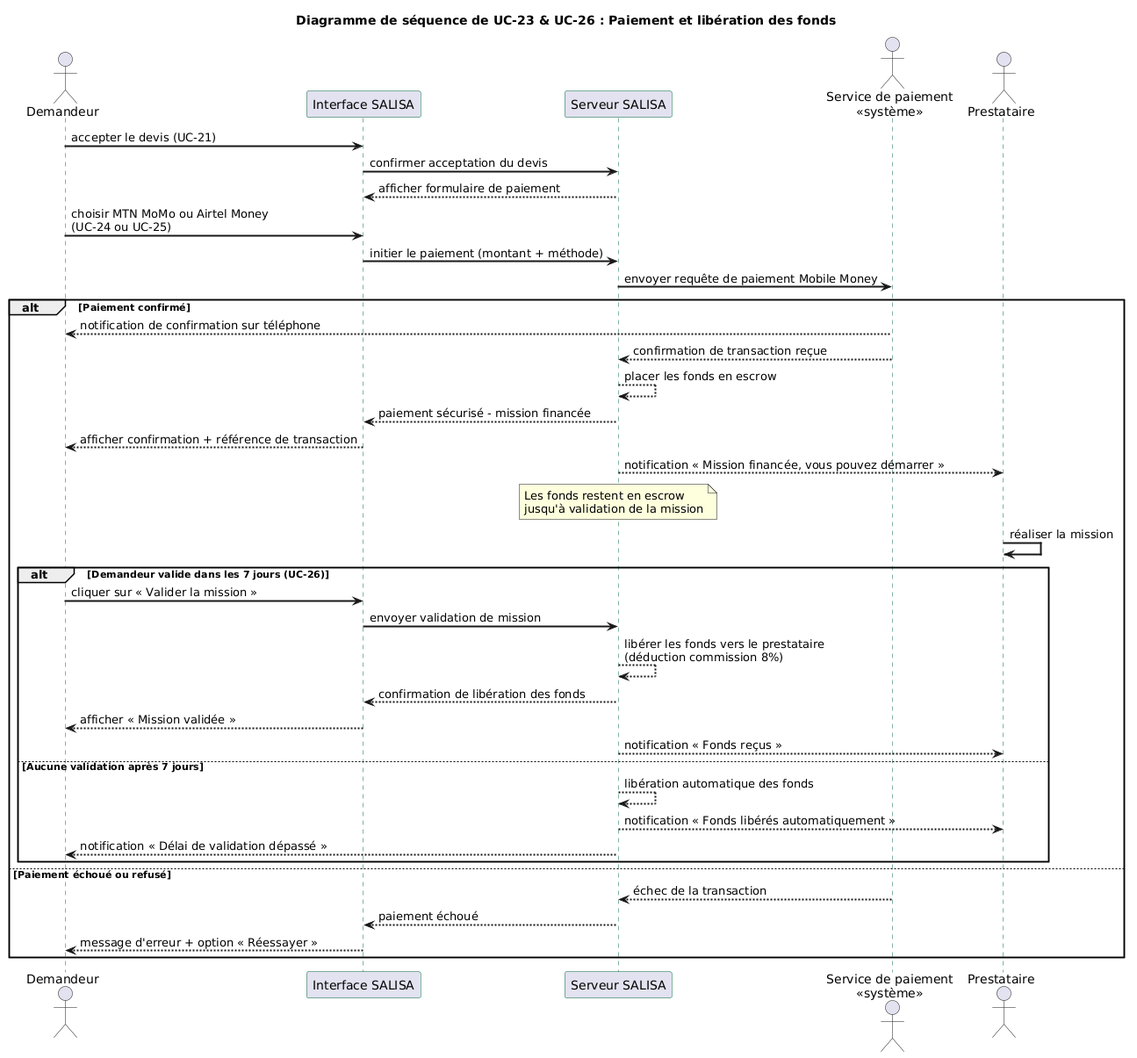
Before: images/diagramme_sequence_paiement.png, a diagram exported from PlantUML (KazeHolloway/Projet_LaTex). Source of this version:
```plantuml
@startuml
title Diagramme de séquence de UC-23 & UC-26 : Paiement et libération des fonds

skinparam sequenceArrowThickness 2
skinparam sequenceParticipantBorderColor #006838
skinparam sequenceLifeLineBorderColor #006838

actor "Demandeur" as demandeur
participant "Interface SALISA" as ui
participant "Serveur SALISA" as serveur
actor "Service de paiement\n<<système>>" as svcPaiement
actor "Prestataire" as prestataire

demandeur -> ui : accepter le devis (UC-21)
ui -> serveur : confirmer acceptation du devis
serveur --> ui : afficher formulaire de paiement

demandeur -> ui : choisir MTN MoMo ou Airtel Money\n(UC-24 ou UC-25)
ui -> serveur : initier le paiement (montant + méthode)
serveur -> svcPaiement : envoyer requête de paiement Mobile Money

alt Paiement confirmé
    svcPaiement --> demandeur : notification de confirmation sur téléphone
    svcPaiement --> serveur : confirmation de transaction reçue
    serveur --> serveur : placer les fonds en escrow
    serveur --> ui : paiement sécurisé - mission financée
    ui --> demandeur : afficher confirmation + référence de transaction
    serveur --> prestataire : notification « Mission financée, vous pouvez démarrer »

    note over serveur : Les fonds restent en escrow\njusqu'à validation de la mission

    prestataire -> prestataire : réaliser la mission

    alt Demandeur valide dans les 7 jours (UC-26)
        demandeur -> ui : cliquer sur « Valider la mission »
        ui -> serveur : envoyer validation de mission
        serveur --> serveur : libérer les fonds vers le prestataire\n(déduction commission 8%)
        serveur --> ui : confirmation de libération des fonds
        ui --> demandeur : afficher « Mission validée »
        serveur --> prestataire : notification « Fonds reçus »

    else Aucune validation après 7 jours
        serveur --> serveur : libération automatique des fonds
        serveur --> prestataire : notification « Fonds libérés automatiquement »
        serveur --> demandeur : notification « Délai de validation dépassé »
    end

else Paiement échoué ou refusé
    svcPaiement --> serveur : échec de la transaction
    serveur --> ui : paiement échoué
    ui --> demandeur : message d'erreur + option « Réessayer »
end
@enduml
```
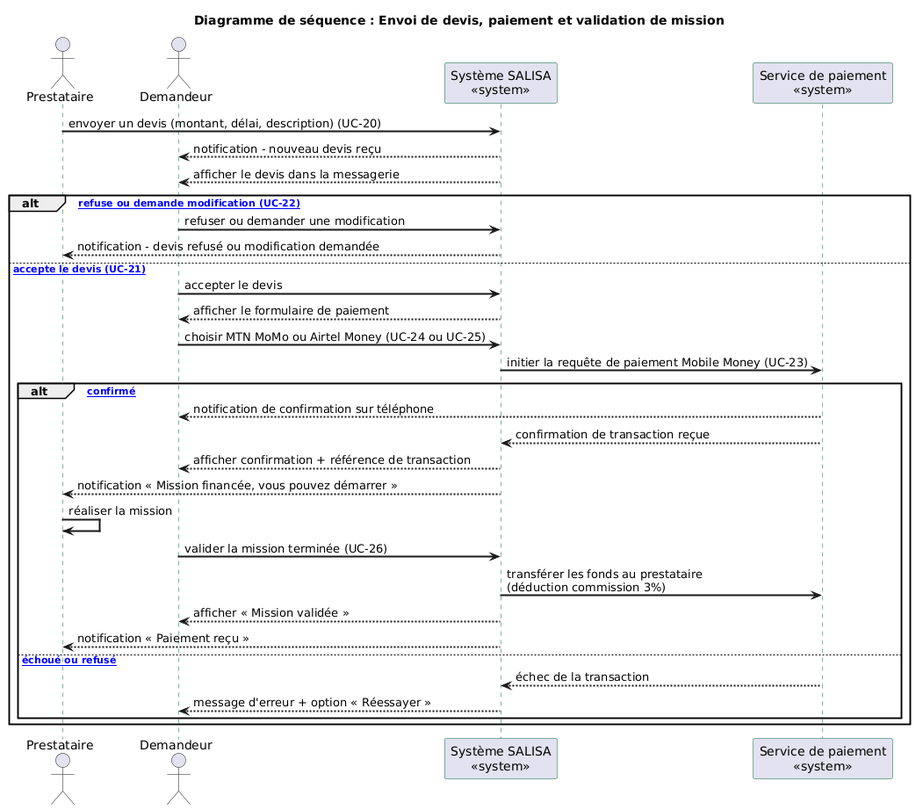
The same diagram one commit later.

What changed in the source:
```diff
@@ -1,53 +1,47 @@
 @startuml
-title Diagramme de séquence de UC-23 & UC-26 : Paiement et libération des fonds
+title Diagramme de séquence : Envoi de devis, paiement et validation de mission
 
 skinparam sequenceArrowThickness 2
 skinparam sequenceParticipantBorderColor #006838
 skinparam sequenceLifeLineBorderColor #006838
 
+actor "Prestataire" as prestataire
 actor "Demandeur" as demandeur
-participant "Interface SALISA" as ui
-participant "Serveur SALISA" as serveur
-actor "Service de paiement\n<<système>>" as svcPaiement
-actor "Prestataire" as prestataire
+participant "Système SALISA\n<<system>>" as systeme
+participant "Service de paiement\n<<system>>" as svcPaiement
 
-demandeur -> ui : accepter le devis (UC-21)
-ui -> serveur : confirmer acceptation du devis
-serveur --> ui : afficher formulaire de paiement
 
-demandeur -> ui : choisir MTN MoMo ou Airtel Money\n(UC-24 ou UC-25)
-ui -> serveur : initier le paiement (montant + méthode)
-serveur -> svcPaiement : envoyer requête de paiement Mobile Money
+prestataire -> systeme : envoyer un devis (montant, délai, description) (UC-20)
+systeme --> demandeur : notification - nouveau devis reçu
+systeme --> demandeur : afficher le devis dans la messagerie
 
-alt Paiement confirmé
-    svcPaiement --> demandeur : notification de confirmation sur téléphone
-    svcPaiement --> serveur : confirmation de transaction reçue
-    serveur --> serveur : placer les fonds en escrow
-    serveur --> ui : paiement sécurisé - mission financée
-    ui --> demandeur : afficher confirmation + référence de transaction
-    serveur --> prestataire : notification « Mission financée, vous pouvez démarrer »
+alt [Demandeur refuse ou demande modification (UC-22)]
+    demandeur -> systeme : refuser ou demander une modification
+    systeme --> prestataire : notification - devis refusé ou modification demandée
 
-    note over serveur : Les fonds restent en escrow\njusqu'à validation de la mission
+else [Demandeur accepte le devis (UC-21)]
+    demandeur -> systeme : accepter le devis
+    systeme --> demandeur : afficher le formulaire de paiement
 
-    prestataire -> prestataire : réaliser la mission
+    demandeur -> systeme : choisir MTN MoMo ou Airtel Money (UC-24 ou UC-25)
+    systeme -> svcPaiement : initier la requête de paiement Mobile Money (UC-23)
 
-    alt Demandeur valide dans les 7 jours (UC-26)
-        demandeur -> ui : cliquer sur « Valider la mission »
-        ui -> serveur : envoyer validation de mission
-        serveur --> serveur : libérer les fonds vers le prestataire\n(déduction commission 8%)
-        serveur --> ui : confirmation de libération des fonds
-        ui --> demandeur : afficher « Mission validée »
-        serveur --> prestataire : notification « Fonds reçus »
+    alt [Paiement confirmé]
+        svcPaiement --> demandeur : notification de confirmation sur téléphone
+        svcPaiement --> systeme : confirmation de transaction reçue
+        systeme --> demandeur : afficher confirmation + référence de transaction
+        systeme --> prestataire : notification « Mission financée, vous pouvez démarrer »
 
-    else Aucune validation après 7 jours
-        serveur --> serveur : libération automatique des fonds
-        serveur --> prestataire : notification « Fonds libérés automatiquement »
-        serveur --> demandeur : notification « Délai de validation dépassé »
+        prestataire -> prestataire : réaliser la mission
+
+        demandeur -> systeme : valider la mission terminée (UC-26)
+        systeme -> svcPaiement : transférer les fonds au prestataire\n(déduction commission 3%)
+        systeme --> demandeur : afficher « Mission validée »
+        systeme --> prestataire : notification « Paiement reçu »
+
+    else [Paiement échoué ou refusé]
+        svcPaiement --> systeme : échec de la transaction
+        systeme --> demandeur : message d'erreur + option « Réessayer »
     end
-
-else Paiement échoué ou refusé
-    svcPaiement --> serveur : échec de la transaction
-    serveur --> ui : paiement échoué
-    ui --> demandeur : message d'erreur + option « Réessayer »
 end
 @enduml
```
